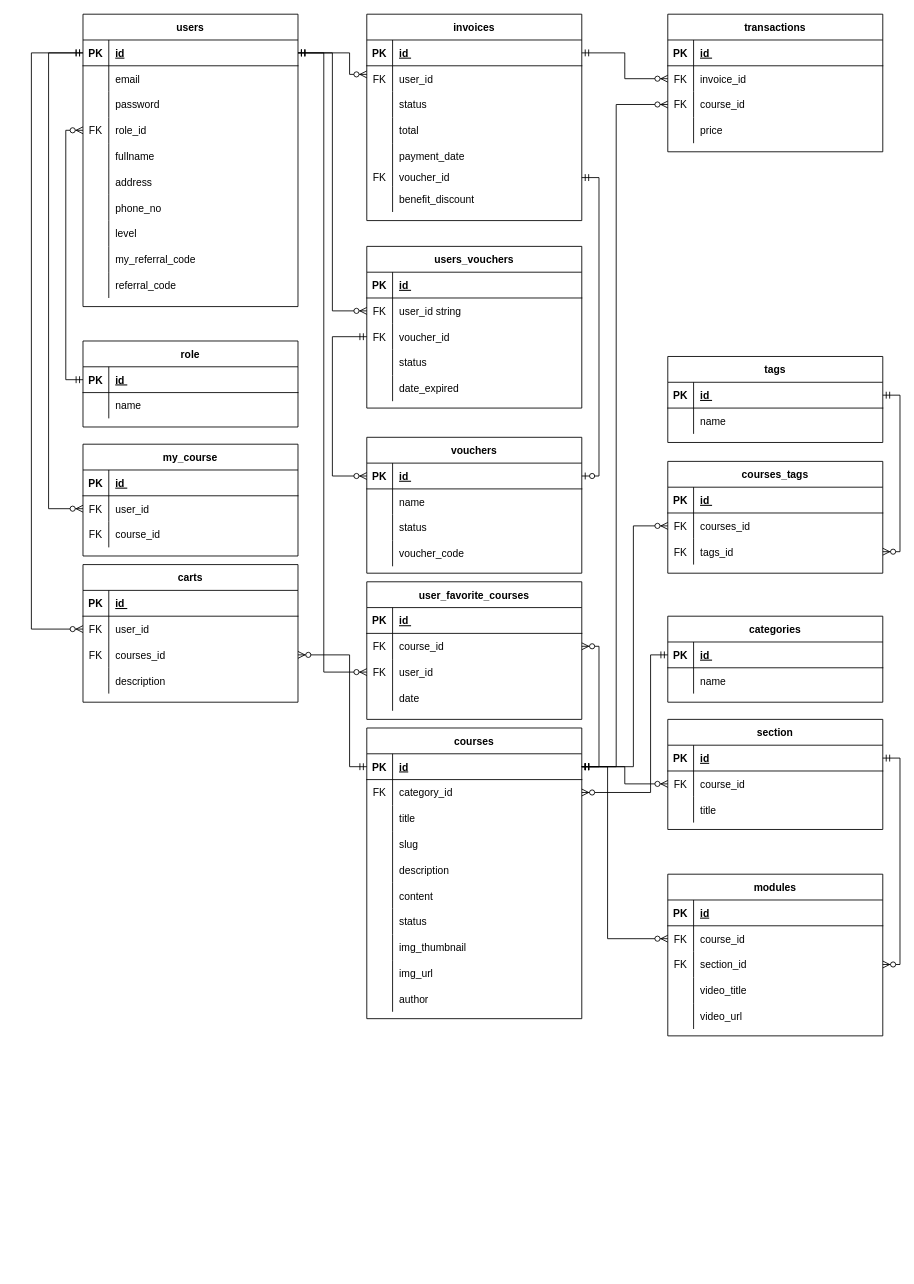
azmiadhani/diagramsnet keeps this draw.io diagram as page "ERD" (1 of 2) of online-course.drawio. Above is the earlier version. Source tidied: cells renumbered, new cells numbered last; positions are measured from the earlier drawing's top-left corner, leaving out a move shared by most shapes. Both pictures are drawn from the tidied source at 86%, with x=0, y=0 at pixel (-244, 14).
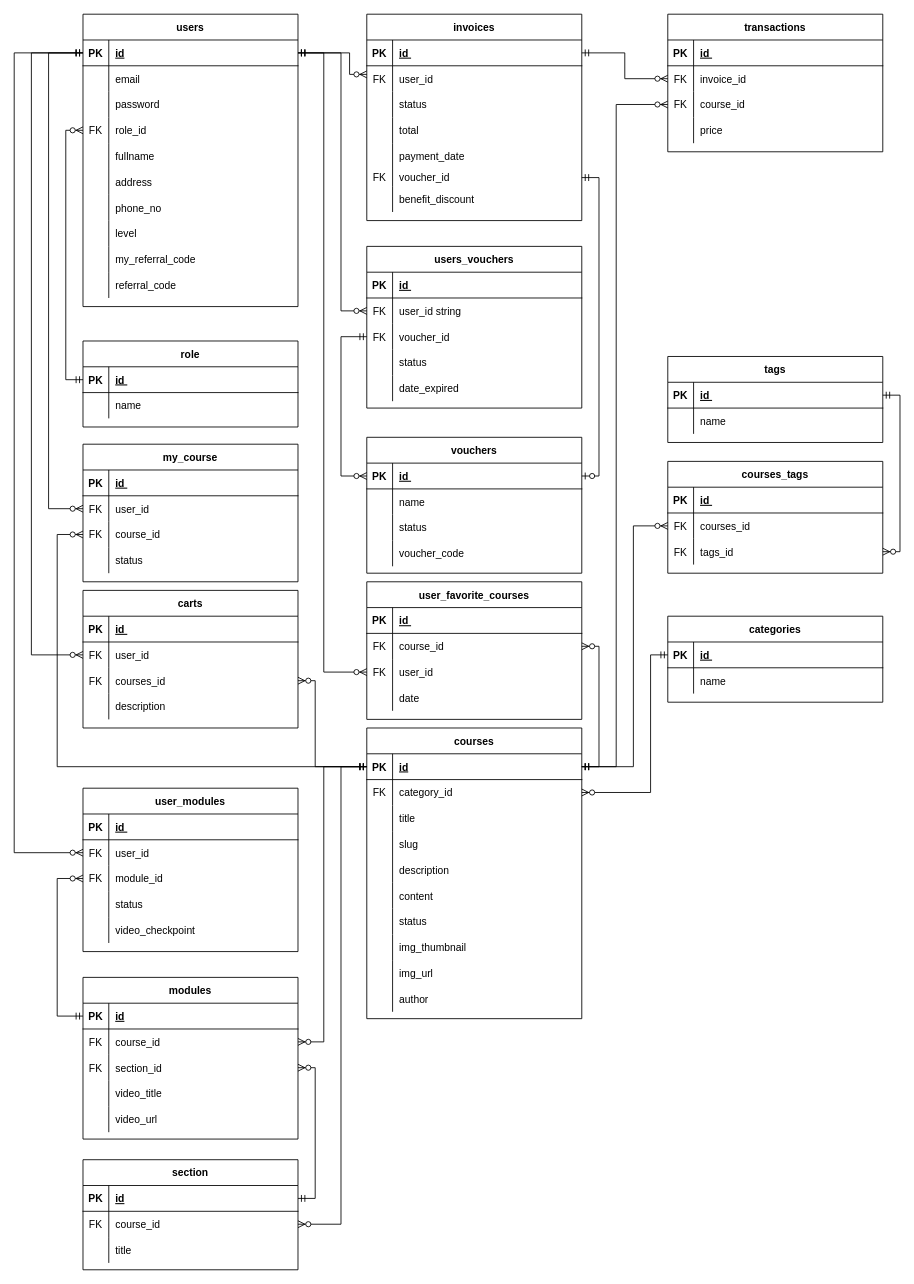
After the change.

Unchanged cells that the change refers to:
```xml
<mxCell id="3" style="shape=partialRectangle;fillColor=none;points=[[0,0.5],[1,0.5]];portConstraint=eastwest;top=0;left=0;right=0;bottom=1;" parent="2" vertex="1">
  <mxGeometry y="30" width="250" height="30" as="geometry" />
</mxCell>
<mxCell id="34" style="shape=partialRectangle;fillColor=none;points=[[0,0.5],[1,0.5]];portConstraint=eastwest;top=0;left=0;right=0;bottom=1;" parent="33" vertex="1">
  <mxGeometry y="30" width="250" height="30" as="geometry" />
</mxCell>
<mxCell id="118" style="shape=partialRectangle;fillColor=none;points=[[0,0.5],[1,0.5]];portConstraint=eastwest;top=0;left=0;right=0;bottom=1;" parent="117" vertex="1">
  <mxGeometry y="30" width="250" height="30" as="geometry" />
</mxCell>
<mxCell id="151" style="shape=partialRectangle;fillColor=none;points=[[0,0.5],[1,0.5]];portConstraint=eastwest;top=0;left=0;right=0;bottom=0;" parent="144" vertex="1">
  <mxGeometry y="90" width="250" height="30" as="geometry" />
</mxCell>
<mxCell id="185" style="shape=partialRectangle;fillColor=none;points=[[0,0.5],[1,0.5]];portConstraint=eastwest;top=0;left=0;right=0;bottom=0;" parent="178" vertex="1">
  <mxGeometry y="90" width="250" height="30" as="geometry" />
</mxCell>
<mxCell id="195" style="shape=partialRectangle;fillColor=none;points=[[0,0.5],[1,0.5]];portConstraint=eastwest;top=0;left=0;right=0;bottom=0;" parent="191" vertex="1">
  <mxGeometry y="60" width="250" height="30" as="geometry" />
</mxCell>
<mxCell id="198" style="shape=partialRectangle;fillColor=none;points=[[0,0.5],[1,0.5]];portConstraint=eastwest;top=0;left=0;right=0;bottom=0;" parent="191" vertex="1">
  <mxGeometry y="90" width="250" height="30" as="geometry" />
</mxCell>
<mxCell id="211" style="shape=partialRectangle;fillColor=none;points=[[0,0.5],[1,0.5]];portConstraint=eastwest;top=0;left=0;right=0;bottom=1;" parent="210" vertex="1">
  <mxGeometry y="30" width="250" height="30" as="geometry" />
</mxCell>
<mxCell id="214" style="shape=partialRectangle;fillColor=none;points=[[0,0.5],[1,0.5]];portConstraint=eastwest;top=0;left=0;right=0;bottom=0;" parent="210" vertex="1">
  <mxGeometry y="60" width="250" height="30" as="geometry" />
</mxCell>
<mxCell id="217" style="shape=partialRectangle;fillColor=none;points=[[0,0.5],[1,0.5]];portConstraint=eastwest;top=0;left=0;right=0;bottom=0;" parent="210" vertex="1">
  <mxGeometry y="90" width="250" height="30" as="geometry" />
</mxCell>
<mxCell id="227" style="shape=partialRectangle;fillColor=none;points=[[0,0.5],[1,0.5]];portConstraint=eastwest;top=0;left=0;right=0;bottom=1;" parent="226" vertex="1">
  <mxGeometry y="30" width="250" height="30" as="geometry" />
</mxCell>
<mxCell id="230" style="shape=partialRectangle;fillColor=none;points=[[0,0.5],[1,0.5]];portConstraint=eastwest;top=0;left=0;right=0;bottom=0;" parent="226" vertex="1">
  <mxGeometry y="60" width="250" height="30" as="geometry" />
</mxCell>
```

What changed in the source:
```diff
@@
     <mxCell id="144" value="carts" style="shape=table;startSize=30;childLayout=tableLayout;rowLines=0;fontStyle=1;align=center;" parent="1" vertex="1">
-      <mxGeometry x="380" y="640" width="250" height="160" as="geometry" />
+      <mxGeometry x="380" y="670" width="250" height="160" as="geometry" />
     </mxCell>
@@
     <mxCell id="178" value="my_course" style="shape=table;startSize=30;childLayout=tableLayout;rowLines=0;fontStyle=1;align=center;" parent="1" vertex="1">
-      <mxGeometry x="380" y="500" width="250" height="130" as="geometry" />
+      <mxGeometry x="380" y="500" width="250" height="160" as="geometry" />
     </mxCell>
@@
+    <mxCell id="239" style="shape=partialRectangle;fillColor=none;top=0;left=0;right=0;bottom=0;" parent="178" vertex="1">
+      <mxGeometry y="120" width="250" height="30" as="geometry" />
+    </mxCell>
+    <mxCell id="240" style="shape=partialRectangle;overflow=hidden;fillColor=none;top=0;left=0;bottom=0;right=0;" parent="239" vertex="1">
+      <mxGeometry width="30" height="30" as="geometry" />
+    </mxCell>
+    <mxCell id="241" value="status" style="shape=partialRectangle;overflow=hidden;fillColor=none;top=0;left=0;bottom=0;right=0;align=left;spacingLeft=6;" parent="239" vertex="1">
+      <mxGeometry x="30" width="220" height="30" as="geometry" />
+    </mxCell>
@@
     <mxCell id="190" style="edgeStyle=elbowEdgeStyle;fontSize=12;html=1;endArrow=ERzeroToMany;startArrow=ERmandOne;rounded=0;" parent="1" edge="1" source="34" target="151">
       <mxGeometry relative="1" as="geometry">
         <Array as="points">
+          <mxPoint x="650" y="810" />
           <mxPoint x="690" y="820" />
           <mxPoint x="660" y="790" />
           <mxPoint x="690" y="810" />
           <mxPoint x="340" y="460" />
           <mxPoint x="240" y="420" />
           <mxPoint x="380" y="360" />
           <mxPoint x="350" y="370" />
           <mxPoint x="390" y="300" />
         </Array>
       </mxGeometry>
     </mxCell>
@@
     <mxCell id="207" style="edgeStyle=elbowEdgeStyle;fontSize=12;html=1;endArrow=ERzeroToMany;startArrow=ERmandOne;rounded=0;" parent="1" edge="1" source="3" target="195">
-      <mxGeometry relative="1" as="geometry" />
+      <mxGeometry relative="1" as="geometry">
+        <Array as="points">
+          <mxPoint x="680" y="260" />
+        </Array>
+      </mxGeometry>
     </mxCell>
@@
     <mxCell id="209" style="edgeStyle=elbowEdgeStyle;fontSize=12;html=1;endArrow=ERzeroToMany;startArrow=ERmandOne;rounded=0;" parent="1" edge="1" source="198" target="118">
       <mxGeometry relative="1" as="geometry">
         <Array as="points">
+          <mxPoint x="680" y="480" />
           <mxPoint x="670" y="430" />
           <mxPoint x="680" y="440" />
         </Array>
       </mxGeometry>
     </mxCell>
     <mxCell id="210" value="modules" style="shape=table;startSize=30;childLayout=tableLayout;rowLines=0;fontStyle=1;align=center;" parent="1" vertex="1">
-      <mxGeometry x="1060" y="1000" width="250" height="188" as="geometry" />
+      <mxGeometry x="380" y="1120" width="250" height="188" as="geometry" />
     </mxCell>
@@
     <mxCell id="226" value="section" style="shape=table;startSize=30;childLayout=tableLayout;rowLines=0;fontStyle=1;align=center;" parent="1" vertex="1">
-      <mxGeometry x="1060" y="820" width="250" height="128" as="geometry" />
+      <mxGeometry x="380" y="1332" width="250" height="128" as="geometry" />
     </mxCell>
@@
     <mxCell id="236" style="edgeStyle=elbowEdgeStyle;fontSize=12;html=1;endArrow=ERzeroToMany;startArrow=ERmandOne;rounded=0;" parent="1" edge="1" source="34" target="214">
       <mxGeometry relative="1" as="geometry">
         <Array as="points">
-          <mxPoint x="990" y="980" />
+          <mxPoint x="660" y="980" />
+          <mxPoint x="650" y="1030" />
+          <mxPoint x="670" y="1020" />
+          <mxPoint x="660" y="1000" />
           <mxPoint x="1050" y="790" />
           <mxPoint x="1040" y="800" />
           <mxPoint x="1050" y="840" />
           <mxPoint x="1060" y="810" />
           <mxPoint x="990" y="895" />
         </Array>
       </mxGeometry>
     </mxCell>
     <mxCell id="237" style="edgeStyle=elbowEdgeStyle;fontSize=12;html=1;endArrow=ERzeroToMany;startArrow=ERmandOne;rounded=0;" parent="1" edge="1" source="227" target="217">
       <mxGeometry relative="1" as="geometry">
         <Array as="points">
-          <mxPoint x="1330" y="980" />
+          <mxPoint x="650" y="1160" />
+          <mxPoint x="660" y="1180" />
+          <mxPoint x="1330" y="1060" />
+          <mxPoint x="1340" y="1080" />
           <mxPoint x="1060" y="800" />
           <mxPoint x="1050" y="810" />
           <mxPoint x="1060" y="850" />
           <mxPoint x="1070" y="820" />
           <mxPoint x="1000" y="905" />
         </Array>
       </mxGeometry>
     </mxCell>
     <mxCell id="238" style="edgeStyle=elbowEdgeStyle;fontSize=12;html=1;endArrow=ERzeroToMany;startArrow=ERmandOne;rounded=0;" parent="1" edge="1" source="34" target="230">
       <mxGeometry relative="1" as="geometry">
         <Array as="points">
+          <mxPoint x="680" y="1070" />
+          <mxPoint x="670" y="1030" />
+          <mxPoint x="690" y="1040" />
+          <mxPoint x="670" y="1040" />
+          <mxPoint x="680" y="1150" />
+          <mxPoint x="660" y="1000" />
           <mxPoint x="1010" y="875" />
           <mxPoint x="1060" y="800" />
           <mxPoint x="1050" y="810" />
           <mxPoint x="1060" y="850" />
           <mxPoint x="1070" y="820" />
           <mxPoint x="1000" y="905" />
         </Array>
       </mxGeometry>
     </mxCell>
+    <mxCell id="242" style="edgeStyle=elbowEdgeStyle;fontSize=12;html=1;endArrow=ERzeroToMany;startArrow=ERmandOne;rounded=0;" parent="1" edge="1" source="34" target="185">
+      <mxGeometry relative="1" as="geometry">
+        <Array as="points">
+          <mxPoint x="350" y="730" />
+          <mxPoint x="700" y="830" />
+          <mxPoint x="670" y="800" />
+          <mxPoint x="700" y="820" />
+          <mxPoint x="350" y="470" />
+          <mxPoint x="250" y="430" />
+          <mxPoint x="390" y="370" />
+          <mxPoint x="360" y="380" />
+          <mxPoint x="400" y="310" />
+        </Array>
+      </mxGeometry>
+    </mxCell>
+    <mxCell id="243" value="user_modules" style="shape=table;startSize=30;childLayout=tableLayout;rowLines=0;fontStyle=1;align=center;" parent="1" vertex="1">
+      <mxGeometry x="380" y="900" width="250" height="190" as="geometry" />
+    </mxCell>
+    <mxCell id="244" style="shape=partialRectangle;fillColor=none;top=0;left=0;right=0;bottom=1;" parent="243" vertex="1">
+      <mxGeometry y="30" width="250" height="30" as="geometry" />
+    </mxCell>
+    <mxCell id="245" value="PK" style="shape=partialRectangle;overflow=hidden;fillColor=none;top=0;left=0;bottom=0;right=0;fontStyle=1;" parent="244" vertex="1">
+      <mxGeometry width="30" height="30" as="geometry" />
+    </mxCell>
+    <mxCell id="246" value="id   " style="shape=partialRectangle;overflow=hidden;fillColor=none;top=0;left=0;bottom=0;right=0;align=left;spacingLeft=6;fontStyle=5;" parent="244" vertex="1">
+      <mxGeometry x="30" width="220" height="30" as="geometry" />
+    </mxCell>
+    <mxCell id="247" style="shape=partialRectangle;fillColor=none;points=[[0,0.5],[1,0.5]];portConstraint=eastwest;top=0;left=0;right=0;bottom=0;" parent="243" vertex="1">
+      <mxGeometry y="60" width="250" height="30" as="geometry" />
+    </mxCell>
+    <mxCell id="248" value="FK" style="shape=partialRectangle;overflow=hidden;fillColor=none;top=0;left=0;bottom=0;right=0;" parent="247" vertex="1">
+      <mxGeometry width="30" height="30" as="geometry" />
+    </mxCell>
+    <mxCell id="249" value="user_id  " style="shape=partialRectangle;overflow=hidden;fillColor=none;top=0;left=0;bottom=0;right=0;align=left;spacingLeft=6;" parent="247" vertex="1">
+      <mxGeometry x="30" width="220" height="30" as="geometry" />
+    </mxCell>
+    <mxCell id="250" style="shape=partialRectangle;fillColor=none;points=[[0,0.5],[1,0.5]];portConstraint=eastwest;top=0;left=0;right=0;bottom=0;" parent="243" vertex="1">
+      <mxGeometry y="90" width="250" height="30" as="geometry" />
+    </mxCell>
+    <mxCell id="251" value="FK" style="shape=partialRectangle;overflow=hidden;fillColor=none;top=0;left=0;bottom=0;right=0;" parent="250" vertex="1">
+      <mxGeometry width="30" height="30" as="geometry" />
+    </mxCell>
+    <mxCell id="252" value="module_id" style="shape=partialRectangle;overflow=hidden;fillColor=none;top=0;left=0;bottom=0;right=0;align=left;spacingLeft=6;" parent="250" vertex="1">
+      <mxGeometry x="30" width="220" height="30" as="geometry" />
+    </mxCell>
+    <mxCell id="253" style="shape=partialRectangle;fillColor=none;top=0;left=0;right=0;bottom=0;" parent="243" vertex="1">
+      <mxGeometry y="120" width="250" height="30" as="geometry" />
+    </mxCell>
+    <mxCell id="254" style="shape=partialRectangle;overflow=hidden;fillColor=none;top=0;left=0;bottom=0;right=0;" parent="253" vertex="1">
+      <mxGeometry width="30" height="30" as="geometry" />
+    </mxCell>
+    <mxCell id="255" value="status" style="shape=partialRectangle;overflow=hidden;fillColor=none;top=0;left=0;bottom=0;right=0;align=left;spacingLeft=6;" parent="253" vertex="1">
+      <mxGeometry x="30" width="220" height="30" as="geometry" />
+    </mxCell>
+    <mxCell id="256" style="shape=partialRectangle;fillColor=none;top=0;left=0;right=0;bottom=0;" parent="243" vertex="1">
+      <mxGeometry y="150" width="250" height="30" as="geometry" />
+    </mxCell>
+    <mxCell id="257" style="shape=partialRectangle;overflow=hidden;fillColor=none;top=0;left=0;bottom=0;right=0;" parent="256" vertex="1">
+      <mxGeometry width="30" height="30" as="geometry" />
+    </mxCell>
+    <mxCell id="258" value="video_checkpoint" style="shape=partialRectangle;overflow=hidden;fillColor=none;top=0;left=0;bottom=0;right=0;align=left;spacingLeft=6;" parent="256" vertex="1">
+      <mxGeometry x="30" width="220" height="30" as="geometry" />
+    </mxCell>
+    <mxCell id="259" style="edgeStyle=elbowEdgeStyle;fontSize=12;html=1;endArrow=ERzeroToMany;startArrow=ERmandOne;rounded=0;" parent="1" edge="1" source="3" target="247">
+      <mxGeometry relative="1" as="geometry">
+        <Array as="points">
+          <mxPoint x="300" y="530" />
+          <mxPoint x="310" y="520" />
+          <mxPoint x="350" y="310" />
+          <mxPoint x="370" y="250" />
+          <mxPoint x="370" y="370" />
+          <mxPoint x="370" y="350" />
+          <mxPoint x="340" y="360" />
+          <mxPoint x="380" y="290" />
+        </Array>
+      </mxGeometry>
+    </mxCell>
+    <mxCell id="260" style="edgeStyle=elbowEdgeStyle;fontSize=12;html=1;endArrow=ERzeroToMany;startArrow=ERmandOne;rounded=0;" parent="1" edge="1" source="211" target="250">
+      <mxGeometry relative="1" as="geometry">
+        <Array as="points">
+          <mxPoint x="350" y="1050" />
+          <mxPoint x="670" y="1190" />
+          <mxPoint x="1340" y="1070" />
+          <mxPoint x="1350" y="1090" />
+          <mxPoint x="1070" y="810" />
+          <mxPoint x="1060" y="820" />
+          <mxPoint x="1070" y="860" />
+          <mxPoint x="1080" y="830" />
+          <mxPoint x="1010" y="915" />
+        </Array>
+      </mxGeometry>
+    </mxCell>
```
